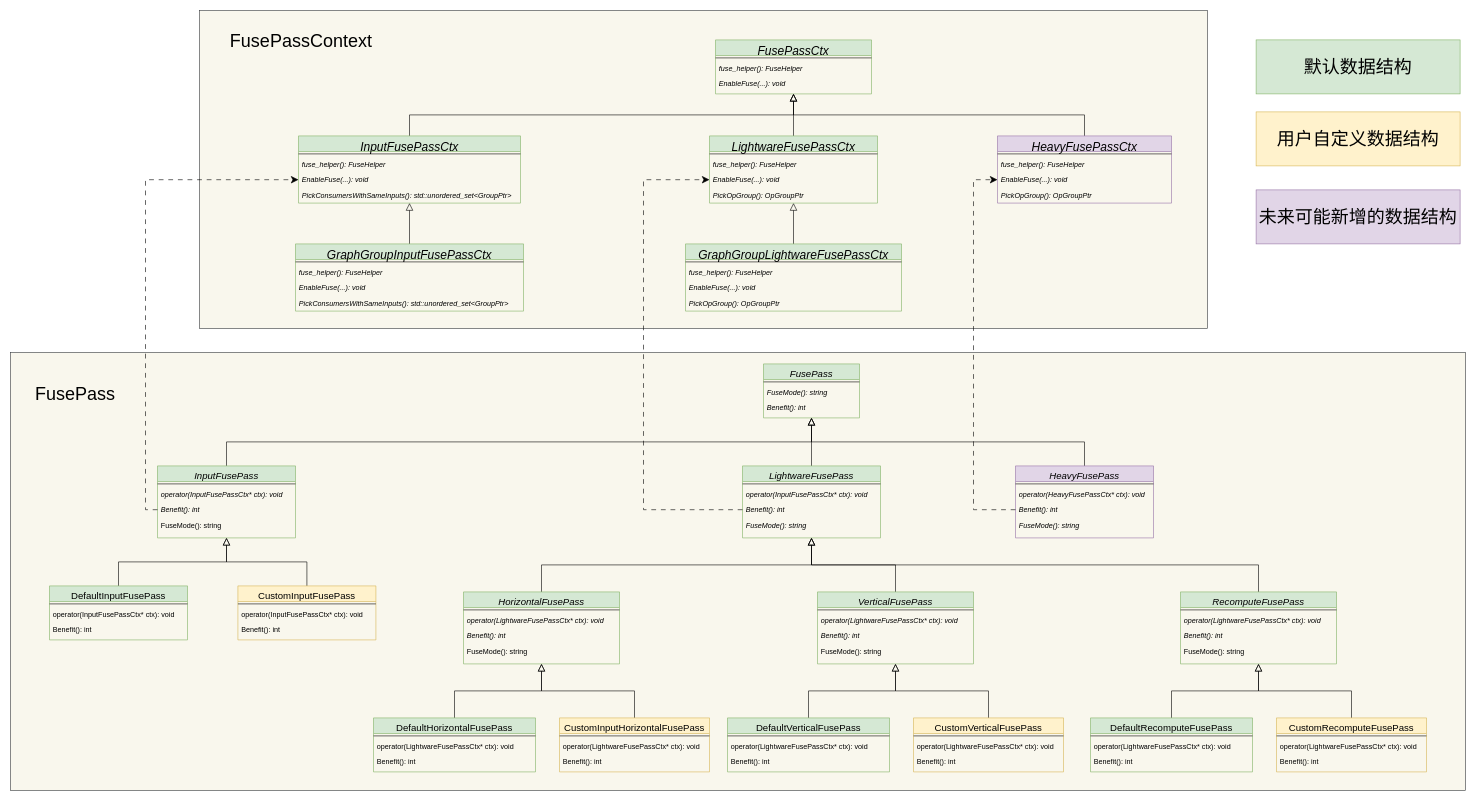
Above: PassUML.drawio in jiahy0825/draw.io (draw.io), before the change. Source tidied: cells renumbered, new cells numbered last; positions are measured from the earlier drawing's top-left corner, leaving out a move shared by most shapes. Both pictures are drawn from the tidied source at 60%, with x=0, y=0 at pixel (10, 10).
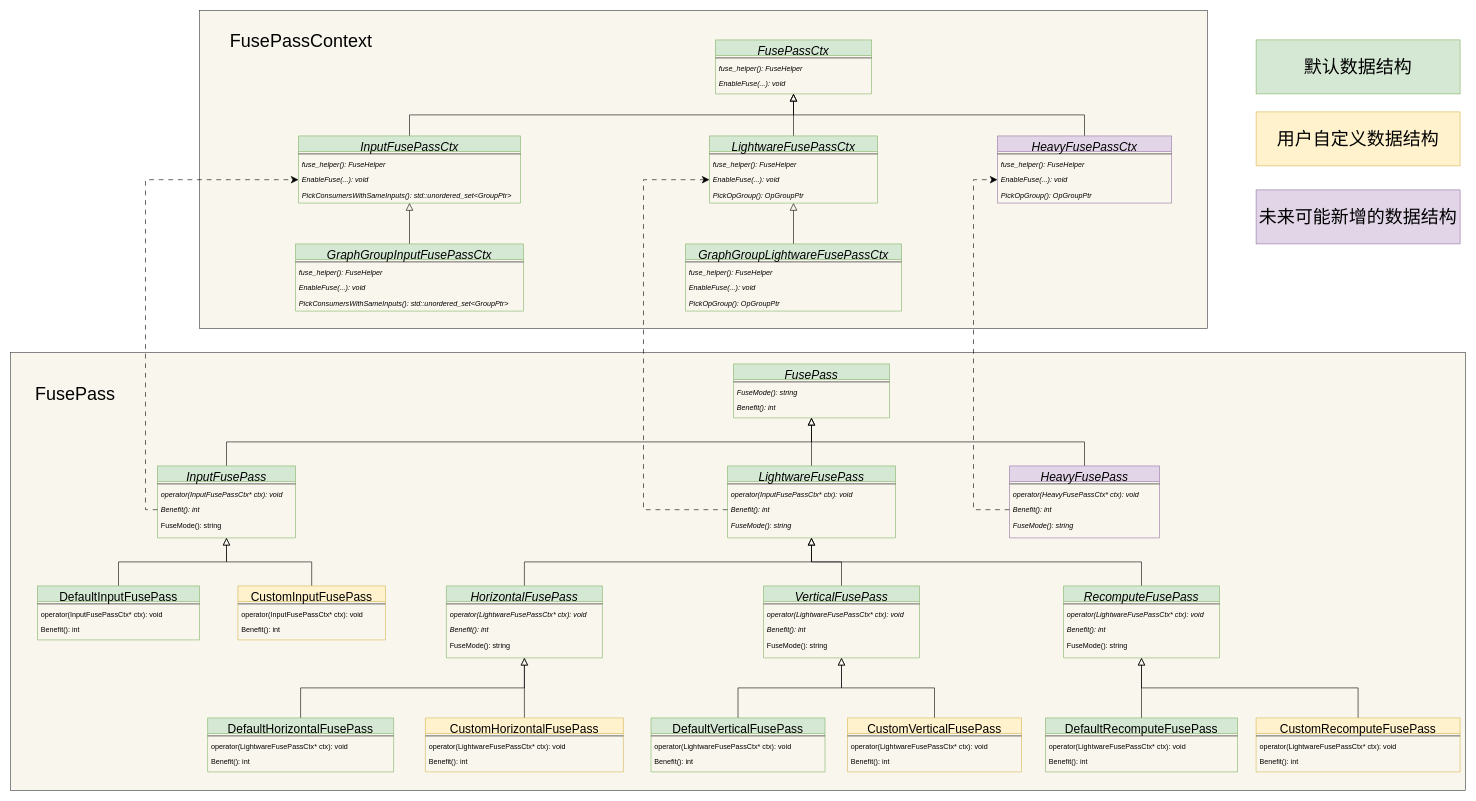
The same diagram, later.

The edit, as a diff of the source:
```diff
@@
-    <mxCell id="4" value="FusePass" style="swimlane;fontStyle=2;align=center;verticalAlign=top;horizontal=1;startSize=26;rounded=0;shadow=0;strokeWidth=1;fillColor=#d5e8d4;strokeColor=#82b366;fontSize=16;" parent="1" vertex="1">
-      <mxGeometry x="1255" y="589" width="160" height="90" as="geometry" />
+    <mxCell id="4" value="FusePass" style="swimlane;fontStyle=2;align=center;verticalAlign=top;horizontal=1;startSize=26;rounded=0;shadow=0;strokeWidth=1;fillColor=#d5e8d4;strokeColor=#82b366;fontSize=20;" parent="1" vertex="1">
+      <mxGeometry x="1205" y="589" width="260" height="90" as="geometry" />
     </mxCell>
     <mxCell id="5" style="line;html=1;strokeWidth=1;align=left;verticalAlign=middle;spacingTop=-1;spacingLeft=3;spacingRight=3;labelPosition=right;" parent="4" vertex="1">
-      <mxGeometry y="26" width="160" height="8" as="geometry" />
+      <mxGeometry y="26" width="260" height="8" as="geometry" />
     </mxCell>
     <mxCell id="6" value="FuseMode(): string" style="text;align=left;verticalAlign=top;spacingLeft=4;spacingRight=4;overflow=hidden;fontStyle=2;" parent="4" vertex="1">
-      <mxGeometry y="34" width="160" height="26" as="geometry" />
+      <mxGeometry y="34" width="260" height="26" as="geometry" />
     </mxCell>
     <mxCell id="7" value="Benefit(): int" style="text;align=left;verticalAlign=top;spacingLeft=4;spacingRight=4;overflow=hidden;fontStyle=2;" parent="4" vertex="1">
-      <mxGeometry y="60" width="160" height="26" as="geometry" />
+      <mxGeometry y="60" width="260" height="26" as="geometry" />
     </mxCell>
@@
-    <mxCell id="9" value="InputFusePass" style="swimlane;fontStyle=2;align=center;verticalAlign=top;horizontal=1;startSize=26;rounded=0;shadow=0;strokeWidth=1;fillColor=#d5e8d4;strokeColor=#82b366;fontSize=16;" parent="1" vertex="1">
+    <mxCell id="9" value="InputFusePass" style="swimlane;fontStyle=2;align=center;verticalAlign=top;horizontal=1;startSize=26;rounded=0;shadow=0;strokeWidth=1;fillColor=#d5e8d4;strokeColor=#82b366;fontSize=20;" parent="1" vertex="1">
       <mxGeometry x="245" y="759" width="230" height="120" as="geometry" />
     </mxCell>
@@
-    <mxCell id="16" value="DefaultInputFusePass" style="swimlane;fontStyle=0;align=center;verticalAlign=top;horizontal=1;startSize=26;rounded=0;shadow=0;strokeWidth=1;fillColor=#d5e8d4;strokeColor=#82b366;fontSize=16;" parent="1" vertex="1">
-      <mxGeometry x="65" y="959" width="230" height="90" as="geometry" />
+    <mxCell id="16" value="DefaultInputFusePass" style="swimlane;fontStyle=0;align=center;verticalAlign=top;horizontal=1;startSize=26;rounded=0;shadow=0;strokeWidth=1;fillColor=#d5e8d4;strokeColor=#82b366;fontSize=20;" parent="1" vertex="1">
+      <mxGeometry x="45" y="959" width="270" height="90" as="geometry" />
     </mxCell>
     <mxCell id="17" style="line;html=1;strokeWidth=1;align=left;verticalAlign=middle;spacingTop=-1;spacingLeft=3;spacingRight=3;labelPosition=right;" parent="16" vertex="1">
-      <mxGeometry y="26" width="230" height="8" as="geometry" />
+      <mxGeometry y="26" width="270" height="8" as="geometry" />
     </mxCell>
     <mxCell id="18" value="operator(InputFusePassCtx* ctx): void" style="text;align=left;verticalAlign=top;spacingLeft=4;spacingRight=4;overflow=hidden;fontStyle=0;" parent="16" vertex="1">
-      <mxGeometry y="34" width="230" height="26" as="geometry" />
+      <mxGeometry y="34" width="270" height="26" as="geometry" />
     </mxCell>
     <mxCell id="19" value="Benefit(): int" style="text;align=left;verticalAlign=top;spacingLeft=4;spacingRight=4;overflow=hidden;fontStyle=0;" parent="16" vertex="1">
-      <mxGeometry y="60" width="230" height="26" as="geometry" />
+      <mxGeometry y="60" width="270" height="26" as="geometry" />
     </mxCell>
@@
-    <mxCell id="21" value="CustomInputFusePass" style="swimlane;fontStyle=0;align=center;verticalAlign=top;horizontal=1;startSize=26;rounded=0;shadow=0;strokeWidth=1;fillColor=#fff2cc;strokeColor=#d6b656;fontSize=16;" parent="1" vertex="1">
-      <mxGeometry x="379" y="959" width="230" height="90" as="geometry" />
+    <mxCell id="21" value="CustomInputFusePass" style="swimlane;fontStyle=0;align=center;verticalAlign=top;horizontal=1;startSize=26;rounded=0;shadow=0;strokeWidth=1;fillColor=#fff2cc;strokeColor=#d6b656;fontSize=20;" parent="1" vertex="1">
+      <mxGeometry x="379" y="959" width="246" height="90" as="geometry" />
     </mxCell>
     <mxCell id="22" style="line;html=1;strokeWidth=1;align=left;verticalAlign=middle;spacingTop=-1;spacingLeft=3;spacingRight=3;labelPosition=right;" parent="21" vertex="1">
-      <mxGeometry y="26" width="230" height="8" as="geometry" />
+      <mxGeometry y="26" width="246" height="8" as="geometry" />
     </mxCell>
     <mxCell id="23" value="operator(InputFusePassCtx* ctx): void" style="text;align=left;verticalAlign=top;spacingLeft=4;spacingRight=4;overflow=hidden;fontStyle=0;" parent="21" vertex="1">
-      <mxGeometry y="34" width="230" height="26" as="geometry" />
+      <mxGeometry y="34" width="246" height="26" as="geometry" />
     </mxCell>
     <mxCell id="24" value="Benefit(): int" style="text;align=left;verticalAlign=top;spacingLeft=4;spacingRight=4;overflow=hidden;fontStyle=0;" parent="21" vertex="1">
-      <mxGeometry y="60" width="230" height="26" as="geometry" />
+      <mxGeometry y="60" width="246" height="26" as="geometry" />
     </mxCell>
-    <mxCell id="25" value="LightwareFusePass" style="swimlane;fontStyle=2;align=center;verticalAlign=top;horizontal=1;startSize=26;rounded=0;shadow=0;strokeWidth=1;fillColor=#d5e8d4;strokeColor=#82b366;fontSize=16;" parent="1" vertex="1">
-      <mxGeometry x="1220" y="759" width="230" height="120" as="geometry" />
+    <mxCell id="25" value="LightwareFusePass" style="swimlane;fontStyle=2;align=center;verticalAlign=top;horizontal=1;startSize=26;rounded=0;shadow=0;strokeWidth=1;fillColor=#d5e8d4;strokeColor=#82b366;fontSize=20;" parent="1" vertex="1">
+      <mxGeometry x="1195" y="759" width="280" height="120" as="geometry" />
     </mxCell>
     <mxCell id="26" style="line;html=1;strokeWidth=1;align=left;verticalAlign=middle;spacingTop=-1;spacingLeft=3;spacingRight=3;labelPosition=right;" parent="25" vertex="1">
-      <mxGeometry y="26" width="230" height="8" as="geometry" />
+      <mxGeometry y="26" width="280" height="8" as="geometry" />
     </mxCell>
     <mxCell id="27" value="operator(InputFusePassCtx* ctx): void" style="text;align=left;verticalAlign=top;spacingLeft=4;spacingRight=4;overflow=hidden;fontStyle=2;" parent="25" vertex="1">
-      <mxGeometry y="34" width="230" height="26" as="geometry" />
+      <mxGeometry y="34" width="280" height="26" as="geometry" />
     </mxCell>
     <mxCell id="28" value="Benefit(): int" style="text;align=left;verticalAlign=top;spacingLeft=4;spacingRight=4;overflow=hidden;points=[[0,0.5],[1,0.5]];portConstraint=eastwest;fontStyle=2;" parent="25" vertex="1">
-      <mxGeometry y="60" width="230" height="26" as="geometry" />
+      <mxGeometry y="60" width="280" height="26" as="geometry" />
     </mxCell>
     <mxCell id="29" value="FuseMode(): string" style="text;align=left;verticalAlign=top;spacingLeft=4;spacingRight=4;overflow=hidden;fontStyle=2;" parent="25" vertex="1">
-      <mxGeometry y="86" width="230" height="26" as="geometry" />
+      <mxGeometry y="86" width="280" height="26" as="geometry" />
     </mxCell>
@@
-    <mxCell id="31" value="HeavyFusePass" style="swimlane;fontStyle=2;align=center;verticalAlign=top;horizontal=1;startSize=26;rounded=0;shadow=0;strokeWidth=1;fillColor=#e1d5e7;strokeColor=#9673a6;fontSize=16;" parent="1" vertex="1">
-      <mxGeometry x="1675" y="759" width="230" height="120" as="geometry" />
+    <mxCell id="31" value="HeavyFusePass" style="swimlane;fontStyle=2;align=center;verticalAlign=top;horizontal=1;startSize=26;rounded=0;shadow=0;strokeWidth=1;fillColor=#e1d5e7;strokeColor=#9673a6;fontSize=20;" parent="1" vertex="1">
+      <mxGeometry x="1665" y="759" width="250" height="120" as="geometry" />
     </mxCell>
     <mxCell id="32" style="line;html=1;strokeWidth=1;align=left;verticalAlign=middle;spacingTop=-1;spacingLeft=3;spacingRight=3;labelPosition=right;" parent="31" vertex="1">
-      <mxGeometry y="26" width="230" height="8" as="geometry" />
+      <mxGeometry y="26" width="250" height="8" as="geometry" />
     </mxCell>
     <mxCell id="33" value="operator(HeavyFusePassCtx* ctx): void" style="text;align=left;verticalAlign=top;spacingLeft=4;spacingRight=4;overflow=hidden;fontStyle=2;" parent="31" vertex="1">
-      <mxGeometry y="34" width="230" height="26" as="geometry" />
+      <mxGeometry y="34" width="250" height="26" as="geometry" />
     </mxCell>
     <mxCell id="34" value="Benefit(): int" style="text;align=left;verticalAlign=top;spacingLeft=4;spacingRight=4;overflow=hidden;points=[[0,0.5],[1,0.5]];portConstraint=eastwest;fontStyle=2;" parent="31" vertex="1">
-      <mxGeometry y="60" width="230" height="26" as="geometry" />
+      <mxGeometry y="60" width="250" height="26" as="geometry" />
     </mxCell>
     <mxCell id="35" value="FuseMode(): string" style="text;align=left;verticalAlign=top;spacingLeft=4;spacingRight=4;overflow=hidden;fontStyle=2;" parent="31" vertex="1">
-      <mxGeometry y="86" width="230" height="26" as="geometry" />
+      <mxGeometry y="86" width="250" height="26" as="geometry" />
     </mxCell>
@@
-    <mxCell id="40" value="HorizontalFusePass" style="swimlane;fontStyle=2;align=center;verticalAlign=top;horizontal=1;startSize=26;rounded=0;shadow=0;strokeWidth=1;fillColor=#d5e8d4;strokeColor=#82b366;fontSize=16;" parent="1" vertex="1">
-      <mxGeometry x="755" y="969" width="260" height="120" as="geometry" />
+    <mxCell id="40" value="HorizontalFusePass" style="swimlane;fontStyle=2;align=center;verticalAlign=top;horizontal=1;startSize=26;rounded=0;shadow=0;strokeWidth=1;fillColor=#d5e8d4;strokeColor=#82b366;fontSize=20;" parent="1" vertex="1">
+      <mxGeometry x="726.5" y="959" width="260" height="120" as="geometry" />
     </mxCell>
@@
-    <mxCell id="46" value="DefaultHorizontalFusePass" style="swimlane;fontStyle=0;align=center;verticalAlign=top;horizontal=1;startSize=26;rounded=0;shadow=0;strokeWidth=1;fillColor=#d5e8d4;strokeColor=#82b366;fontSize=16;" parent="1" vertex="1">
-      <mxGeometry x="605" y="1179" width="270" height="90" as="geometry" />
+    <mxCell id="46" value="DefaultHorizontalFusePass" style="swimlane;fontStyle=0;align=center;verticalAlign=top;horizontal=1;startSize=26;rounded=0;shadow=0;strokeWidth=1;fillColor=#d5e8d4;strokeColor=#82b366;fontSize=20;" parent="1" vertex="1">
+      <mxGeometry x="328.5" y="1179" width="310" height="90" as="geometry" />
     </mxCell>
     <mxCell id="47" style="line;html=1;strokeWidth=1;align=left;verticalAlign=middle;spacingTop=-1;spacingLeft=3;spacingRight=3;labelPosition=right;" parent="46" vertex="1">
-      <mxGeometry y="26" width="270" height="8" as="geometry" />
+      <mxGeometry y="26" width="310" height="8" as="geometry" />
     </mxCell>
     <mxCell id="48" value="operator(LightwareFusePassCtx* ctx): void" style="text;align=left;verticalAlign=top;spacingLeft=4;spacingRight=4;overflow=hidden;fontStyle=0;" parent="46" vertex="1">
-      <mxGeometry y="34" width="270" height="26" as="geometry" />
+      <mxGeometry y="34" width="310" height="26" as="geometry" />
     </mxCell>
     <mxCell id="49" value="Benefit(): int" style="text;align=left;verticalAlign=top;spacingLeft=4;spacingRight=4;overflow=hidden;fontStyle=0;" parent="46" vertex="1">
-      <mxGeometry y="60" width="270" height="26" as="geometry" />
+      <mxGeometry y="60" width="310" height="26" as="geometry" />
     </mxCell>
@@
-    <mxCell id="51" value="CustomInputHorizontalFusePass" style="swimlane;fontStyle=0;align=center;verticalAlign=top;horizontal=1;startSize=26;rounded=0;shadow=0;strokeWidth=1;fillColor=#fff2cc;strokeColor=#d6b656;fontSize=16;" parent="1" vertex="1">
-      <mxGeometry x="915" y="1179" width="250" height="90" as="geometry" />
+    <mxCell id="51" value="CustomHorizontalFusePass" style="swimlane;fontStyle=0;align=center;verticalAlign=top;horizontal=1;startSize=26;rounded=0;shadow=0;strokeWidth=1;fillColor=#fff2cc;strokeColor=#d6b656;fontSize=20;" parent="1" vertex="1">
+      <mxGeometry x="691.5" y="1179" width="330" height="90" as="geometry" />
     </mxCell>
     <mxCell id="52" style="line;html=1;strokeWidth=1;align=left;verticalAlign=middle;spacingTop=-1;spacingLeft=3;spacingRight=3;labelPosition=right;" parent="51" vertex="1">
-      <mxGeometry y="26" width="250" height="8" as="geometry" />
+      <mxGeometry y="26" width="330" height="8" as="geometry" />
     </mxCell>
     <mxCell id="53" value="operator(LightwareFusePassCtx* ctx): void" style="text;align=left;verticalAlign=top;spacingLeft=4;spacingRight=4;overflow=hidden;fontStyle=0;" parent="51" vertex="1">
-      <mxGeometry y="34" width="250" height="26" as="geometry" />
+      <mxGeometry y="34" width="330" height="26" as="geometry" />
     </mxCell>
     <mxCell id="54" value="Benefit(): int" style="text;align=left;verticalAlign=top;spacingLeft=4;spacingRight=4;overflow=hidden;fontStyle=0;" parent="51" vertex="1">
-      <mxGeometry y="60" width="250" height="26" as="geometry" />
+      <mxGeometry y="60" width="330" height="26" as="geometry" />
     </mxCell>
@@
-    <mxCell id="56" value="VerticalFusePass" style="swimlane;fontStyle=2;align=center;verticalAlign=top;horizontal=1;startSize=26;rounded=0;shadow=0;strokeWidth=1;fillColor=#d5e8d4;strokeColor=#82b366;fontSize=16;" parent="1" vertex="1">
-      <mxGeometry x="1345" y="969" width="260" height="120" as="geometry" />
+    <mxCell id="56" value="VerticalFusePass" style="swimlane;fontStyle=2;align=center;verticalAlign=top;horizontal=1;startSize=26;rounded=0;shadow=0;strokeWidth=1;fillColor=#d5e8d4;strokeColor=#82b366;fontSize=20;" parent="1" vertex="1">
+      <mxGeometry x="1255" y="959" width="260" height="120" as="geometry" />
     </mxCell>
@@
-    <mxCell id="62" value="DefaultVerticalFusePass" style="swimlane;fontStyle=0;align=center;verticalAlign=top;horizontal=1;startSize=26;rounded=0;shadow=0;strokeWidth=1;fillColor=#d5e8d4;strokeColor=#82b366;fontSize=16;" parent="1" vertex="1">
-      <mxGeometry x="1195" y="1179" width="270" height="90" as="geometry" />
+    <mxCell id="62" value="DefaultVerticalFusePass" style="swimlane;fontStyle=0;align=center;verticalAlign=top;horizontal=1;startSize=26;rounded=0;shadow=0;strokeWidth=1;fillColor=#d5e8d4;strokeColor=#82b366;fontSize=20;" parent="1" vertex="1">
+      <mxGeometry x="1067.5" y="1179" width="290" height="90" as="geometry" />
     </mxCell>
     <mxCell id="63" style="line;html=1;strokeWidth=1;align=left;verticalAlign=middle;spacingTop=-1;spacingLeft=3;spacingRight=3;labelPosition=right;" parent="62" vertex="1">
-      <mxGeometry y="26" width="270" height="8" as="geometry" />
+      <mxGeometry y="26" width="290" height="8" as="geometry" />
     </mxCell>
     <mxCell id="64" value="operator(LightwareFusePassCtx* ctx): void" style="text;align=left;verticalAlign=top;spacingLeft=4;spacingRight=4;overflow=hidden;fontStyle=0;" parent="62" vertex="1">
-      <mxGeometry y="34" width="270" height="26" as="geometry" />
+      <mxGeometry y="34" width="290" height="26" as="geometry" />
     </mxCell>
     <mxCell id="65" value="Benefit(): int" style="text;align=left;verticalAlign=top;spacingLeft=4;spacingRight=4;overflow=hidden;fontStyle=0;" parent="62" vertex="1">
-      <mxGeometry y="60" width="270" height="26" as="geometry" />
+      <mxGeometry y="60" width="290" height="26" as="geometry" />
     </mxCell>
@@
-    <mxCell id="67" value="CustomVerticalFusePass" style="swimlane;fontStyle=0;align=center;verticalAlign=top;horizontal=1;startSize=26;rounded=0;shadow=0;strokeWidth=1;fillColor=#fff2cc;strokeColor=#d6b656;fontSize=16;" parent="1" vertex="1">
-      <mxGeometry x="1505" y="1179" width="250" height="90" as="geometry" />
+    <mxCell id="67" value="CustomVerticalFusePass" style="swimlane;fontStyle=0;align=center;verticalAlign=top;horizontal=1;startSize=26;rounded=0;shadow=0;strokeWidth=1;fillColor=#fff2cc;strokeColor=#d6b656;fontSize=20;" parent="1" vertex="1">
+      <mxGeometry x="1395" y="1179" width="290" height="90" as="geometry" />
     </mxCell>
     <mxCell id="68" style="line;html=1;strokeWidth=1;align=left;verticalAlign=middle;spacingTop=-1;spacingLeft=3;spacingRight=3;labelPosition=right;" parent="67" vertex="1">
-      <mxGeometry y="26" width="250" height="8" as="geometry" />
+      <mxGeometry y="26" width="290" height="8" as="geometry" />
     </mxCell>
     <mxCell id="69" value="operator(LightwareFusePassCtx* ctx): void" style="text;align=left;verticalAlign=top;spacingLeft=4;spacingRight=4;overflow=hidden;fontStyle=0;" parent="67" vertex="1">
-      <mxGeometry y="34" width="250" height="26" as="geometry" />
+      <mxGeometry y="34" width="290" height="26" as="geometry" />
     </mxCell>
     <mxCell id="70" value="Benefit(): int" style="text;align=left;verticalAlign=top;spacingLeft=4;spacingRight=4;overflow=hidden;fontStyle=0;" parent="67" vertex="1">
-      <mxGeometry y="60" width="250" height="26" as="geometry" />
+      <mxGeometry y="60" width="290" height="26" as="geometry" />
     </mxCell>
@@
-    <mxCell id="72" value="RecomputeFusePass" style="swimlane;fontStyle=2;align=center;verticalAlign=top;horizontal=1;startSize=26;rounded=0;shadow=0;strokeWidth=1;fillColor=#d5e8d4;strokeColor=#82b366;fontSize=16;" parent="1" vertex="1">
-      <mxGeometry x="1950" y="969" width="260" height="120" as="geometry" />
+    <mxCell id="72" value="RecomputeFusePass" style="swimlane;fontStyle=2;align=center;verticalAlign=top;horizontal=1;startSize=26;rounded=0;shadow=0;strokeWidth=1;fillColor=#d5e8d4;strokeColor=#82b366;fontSize=20;" parent="1" vertex="1">
+      <mxGeometry x="1755" y="959" width="260" height="120" as="geometry" />
     </mxCell>
@@
-    <mxCell id="78" value="DefaultRecomputeFusePass" style="swimlane;fontStyle=0;align=center;verticalAlign=top;horizontal=1;startSize=26;rounded=0;shadow=0;strokeWidth=1;fillColor=#d5e8d4;strokeColor=#82b366;fontSize=16;" parent="1" vertex="1">
-      <mxGeometry x="1800" y="1179" width="270" height="90" as="geometry" />
+    <mxCell id="78" value="DefaultRecomputeFusePass" style="swimlane;fontStyle=0;align=center;verticalAlign=top;horizontal=1;startSize=26;rounded=0;shadow=0;strokeWidth=1;fillColor=#d5e8d4;strokeColor=#82b366;fontSize=20;" parent="1" vertex="1">
+      <mxGeometry x="1725" y="1179" width="320" height="90" as="geometry" />
     </mxCell>
     <mxCell id="79" style="line;html=1;strokeWidth=1;align=left;verticalAlign=middle;spacingTop=-1;spacingLeft=3;spacingRight=3;labelPosition=right;" parent="78" vertex="1">
-      <mxGeometry y="26" width="270" height="8" as="geometry" />
+      <mxGeometry y="26" width="320" height="8" as="geometry" />
     </mxCell>
     <mxCell id="80" value="operator(LightwareFusePassCtx* ctx): void" style="text;align=left;verticalAlign=top;spacingLeft=4;spacingRight=4;overflow=hidden;fontStyle=0;" parent="78" vertex="1">
-      <mxGeometry y="34" width="270" height="26" as="geometry" />
+      <mxGeometry y="34" width="320" height="26" as="geometry" />
     </mxCell>
     <mxCell id="81" value="Benefit(): int" style="text;align=left;verticalAlign=top;spacingLeft=4;spacingRight=4;overflow=hidden;fontStyle=0;" parent="78" vertex="1">
-      <mxGeometry y="60" width="270" height="26" as="geometry" />
+      <mxGeometry y="60" width="320" height="26" as="geometry" />
     </mxCell>
@@
-    <mxCell id="83" value="CustomRecomputeFusePass" style="swimlane;fontStyle=0;align=center;verticalAlign=top;horizontal=1;startSize=26;rounded=0;shadow=0;strokeWidth=1;fillColor=#fff2cc;strokeColor=#d6b656;fontSize=16;" parent="1" vertex="1">
-      <mxGeometry x="2110" y="1179" width="250" height="90" as="geometry" />
+    <mxCell id="83" value="CustomRecomputeFusePass" style="swimlane;fontStyle=0;align=center;verticalAlign=top;horizontal=1;startSize=26;rounded=0;shadow=0;strokeWidth=1;fillColor=#fff2cc;strokeColor=#d6b656;fontSize=20;" parent="1" vertex="1">
+      <mxGeometry x="2076" y="1179" width="340" height="90" as="geometry" />
     </mxCell>
     <mxCell id="84" style="line;html=1;strokeWidth=1;align=left;verticalAlign=middle;spacingTop=-1;spacingLeft=3;spacingRight=3;labelPosition=right;" parent="83" vertex="1">
-      <mxGeometry y="26" width="250" height="8" as="geometry" />
+      <mxGeometry y="26" width="340" height="8" as="geometry" />
     </mxCell>
     <mxCell id="85" value="operator(LightwareFusePassCtx* ctx): void" style="text;align=left;verticalAlign=top;spacingLeft=4;spacingRight=4;overflow=hidden;fontStyle=0;" parent="83" vertex="1">
-      <mxGeometry y="34" width="250" height="26" as="geometry" />
+      <mxGeometry y="34" width="340" height="26" as="geometry" />
     </mxCell>
     <mxCell id="86" value="Benefit(): int" style="text;align=left;verticalAlign=top;spacingLeft=4;spacingRight=4;overflow=hidden;fontStyle=0;" parent="83" vertex="1">
-      <mxGeometry y="60" width="250" height="26" as="geometry" />
+      <mxGeometry y="60" width="340" height="26" as="geometry" />
     </mxCell>
```
